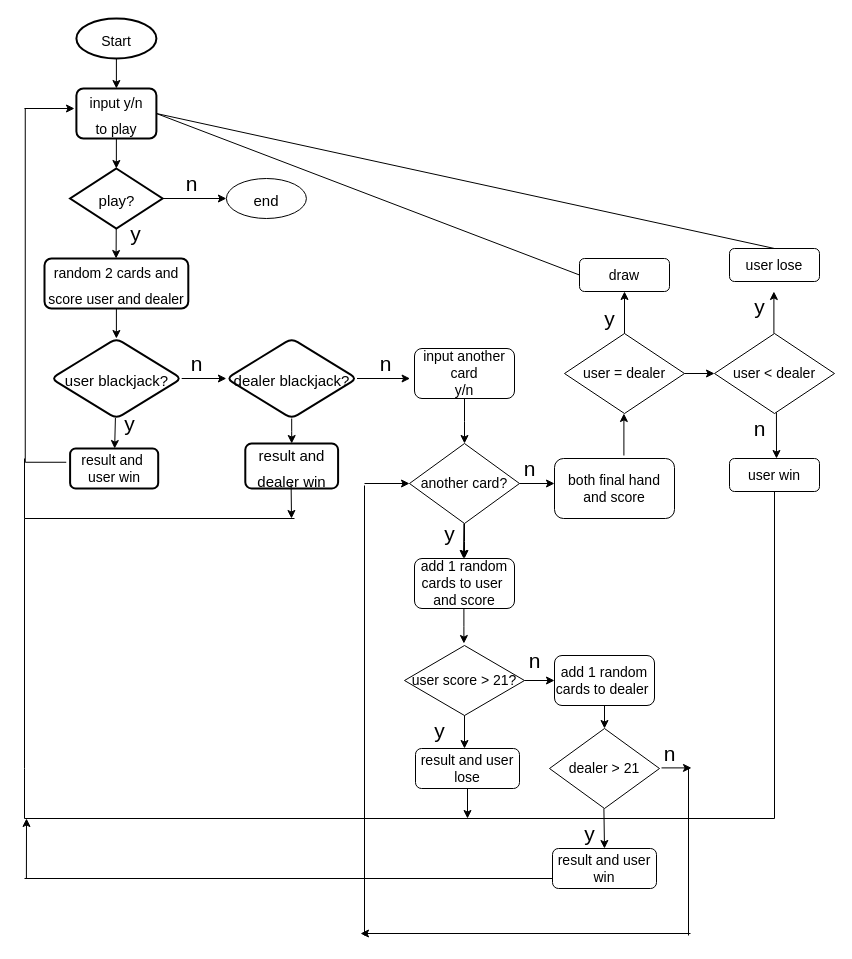
Above: page "Page-1" (1 of 2) of Untitled Diagram.drawio in eresekaaa/CV-rest (draw.io), before the change. Source tidied: cells renumbered, new cells numbered last; positions are measured from the earlier drawing's top-left corner, leaving out a move shared by most shapes. Both pictures are drawn from the tidied source at 100%, with x=0, y=0 at pixel (-132, 18).
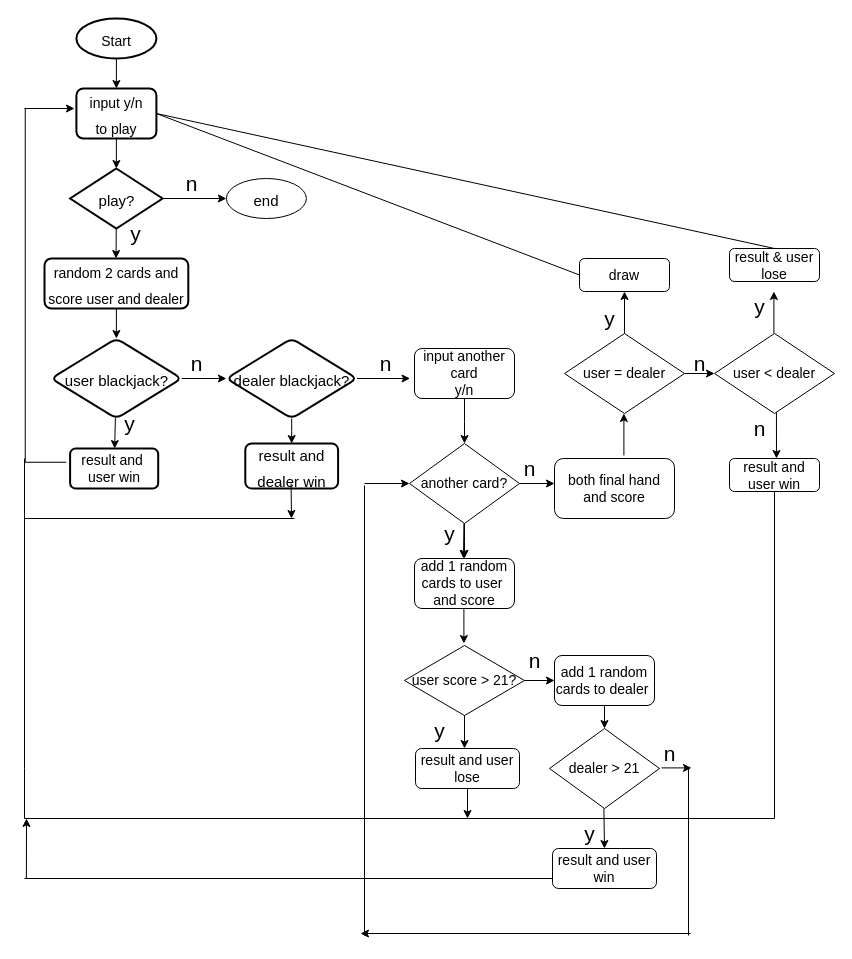
The same diagram, later.

Diff of the diagram source:
```diff
@@
-    <mxCell id="56" value="user lose" style="rounded=1;whiteSpace=wrap;html=1;fontSize=14;" parent="1" vertex="1">
+    <mxCell id="56" value="result &amp;amp; user lose" style="rounded=1;whiteSpace=wrap;html=1;fontSize=14;" parent="1" vertex="1">
       <mxGeometry x="861" y="230" width="90" height="33" as="geometry" />
     </mxCell>
@@
-    <mxCell id="60" value="user win" style="rounded=1;whiteSpace=wrap;html=1;fontSize=14;" parent="1" vertex="1">
+    <mxCell id="60" value="result and user win" style="rounded=1;whiteSpace=wrap;html=1;fontSize=14;" parent="1" vertex="1">
       <mxGeometry x="861" y="440" width="90" height="33" as="geometry" />
     </mxCell>
@@
+    <mxCell id="81" value="n" style="text;html=1;align=center;verticalAlign=middle;fillColor=none;strokeColor=none;rounded=0;fontSize=21;" parent="1" vertex="1">
+      <mxGeometry x="816" y="330" width="30" height="30" as="geometry" />
+    </mxCell>
```
